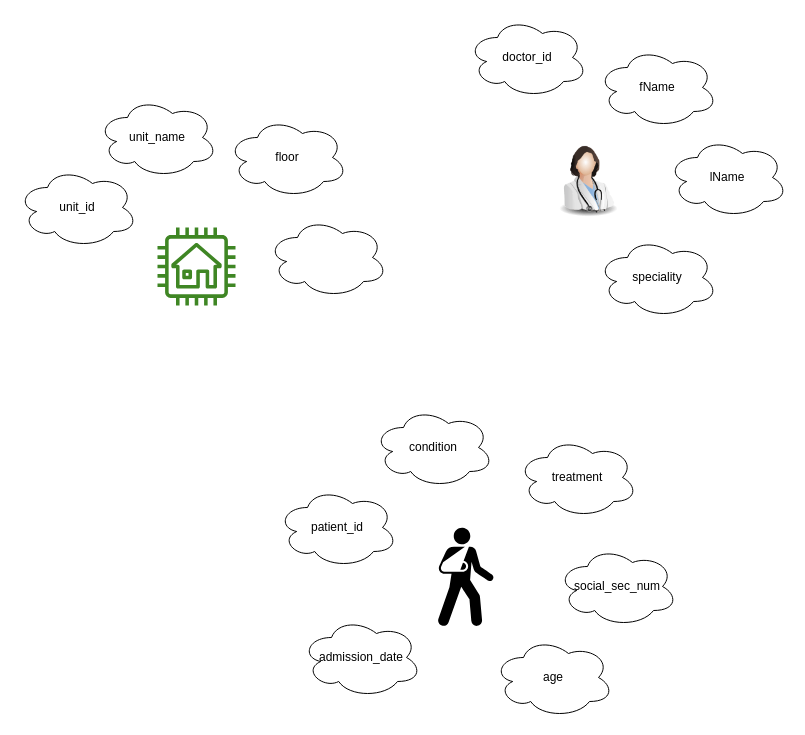
The draw.io diagram page "Page-1" (1 of 3) of claus/healthcenter.drawio in OinkoIT/BE16-DBDev-DAY1-Claus-Christoph, before the edit. Source tidied: cells renumbered, new cells numbered last; positions are measured from the earlier drawing's top-left corner, leaving out a move shared by most shapes. Both pictures are drawn from the tidied source at 100%, with x=0, y=0 at pixel (17, 17).
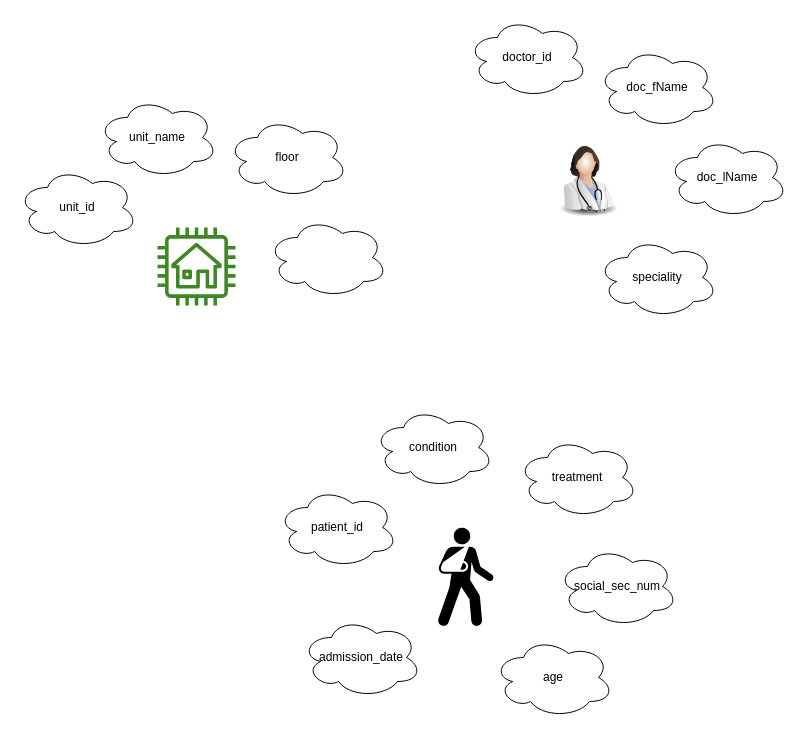
The same diagram, later.

Diff of the diagram source:
```diff
@@
 <mxGraphModel>
   <root>
     <mxCell id="0" />
     <mxCell id="1" parent="0" />
     <mxCell id="2" style="sketch=0;fontColor=#232F3E;gradientColor=none;fillColor=#3F8624;strokeColor=none;dashed=0;verticalLabelPosition=bottom;verticalAlign=top;align=center;html=1;fontSize=12;fontStyle=0;shape=mxgraph.aws4.house;" parent="1" vertex="1">
       <mxGeometry x="140" y="210" width="78" height="78" as="geometry" />
     </mxCell>
     <mxCell id="3" style="image;html=1;image=img/lib/clip_art/people/Doctor_Woman_128x128.png;" parent="1" vertex="1">
       <mxGeometry x="530" y="120" width="80" height="80" as="geometry" />
     </mxCell>
     <mxCell id="4" style="shape=mxgraph.signs.healthcare.out_patient;html=1;fillColor=#000000;strokeColor=none;verticalLabelPosition=bottom;verticalAlign=top;align=center;" parent="1" vertex="1">
       <mxGeometry x="420" y="510" width="56" height="99" as="geometry" />
     </mxCell>
     <mxCell id="5" value="unit_id" style="ellipse;shape=cloud;whiteSpace=wrap;html=1;" parent="1" vertex="1">
       <mxGeometry y="150" width="120" height="80" as="geometry" />
     </mxCell>
     <mxCell id="6" value="unit_name" style="ellipse;shape=cloud;whiteSpace=wrap;html=1;" parent="1" vertex="1">
       <mxGeometry x="80" y="80" width="120" height="80" as="geometry" />
     </mxCell>
     <mxCell id="7" value="floor" style="ellipse;shape=cloud;whiteSpace=wrap;html=1;" parent="1" vertex="1">
       <mxGeometry x="210" y="100" width="120" height="80" as="geometry" />
     </mxCell>
     <mxCell id="8" style="ellipse;shape=cloud;whiteSpace=wrap;html=1;" parent="1" vertex="1">
       <mxGeometry x="250" y="200" width="120" height="80" as="geometry" />
     </mxCell>
     <mxCell id="9" value="doctor_id" style="ellipse;shape=cloud;whiteSpace=wrap;html=1;" parent="1" vertex="1">
       <mxGeometry x="450" width="120" height="80" as="geometry" />
     </mxCell>
-    <mxCell id="10" value="fName" style="ellipse;shape=cloud;whiteSpace=wrap;html=1;" parent="1" vertex="1">
+    <mxCell id="10" value="doc_fName" style="ellipse;shape=cloud;whiteSpace=wrap;html=1;" parent="1" vertex="1">
       <mxGeometry x="580" y="30" width="120" height="80" as="geometry" />
     </mxCell>
-    <mxCell id="11" value="lName" style="ellipse;shape=cloud;whiteSpace=wrap;html=1;" parent="1" vertex="1">
+    <mxCell id="11" value="doc_lName" style="ellipse;shape=cloud;whiteSpace=wrap;html=1;" parent="1" vertex="1">
       <mxGeometry x="650" y="120" width="120" height="80" as="geometry" />
     </mxCell>
     <mxCell id="12" value="speciality" style="ellipse;shape=cloud;whiteSpace=wrap;html=1;" parent="1" vertex="1">
       <mxGeometry x="580" y="220" width="120" height="80" as="geometry" />
     </mxCell>
     <mxCell id="13" value="patient_id" style="ellipse;shape=cloud;whiteSpace=wrap;html=1;" parent="1" vertex="1">
       <mxGeometry x="260" y="470" width="120" height="80" as="geometry" />
     </mxCell>
     <mxCell id="14" value="condition" style="ellipse;shape=cloud;whiteSpace=wrap;html=1;" parent="1" vertex="1">
       <mxGeometry x="356" y="390" width="120" height="80" as="geometry" />
     </mxCell>
     <mxCell id="15" value="treatment" style="ellipse;shape=cloud;whiteSpace=wrap;html=1;" parent="1" vertex="1">
       <mxGeometry x="500" y="420" width="120" height="80" as="geometry" />
     </mxCell>
     <mxCell id="16" value="social_sec_num" style="ellipse;shape=cloud;whiteSpace=wrap;html=1;" parent="1" vertex="1">
       <mxGeometry x="540" y="529" width="120" height="80" as="geometry" />
     </mxCell>
     <mxCell id="17" value="age" style="ellipse;shape=cloud;whiteSpace=wrap;html=1;" parent="1" vertex="1">
       <mxGeometry x="476" y="620" width="120" height="80" as="geometry" />
     </mxCell>
     <mxCell id="18" value="admission_date" style="ellipse;shape=cloud;whiteSpace=wrap;html=1;" parent="1" vertex="1">
       <mxGeometry x="284" y="600" width="120" height="80" as="geometry" />
     </mxCell>
   </root>
 </mxGraphModel>
```
